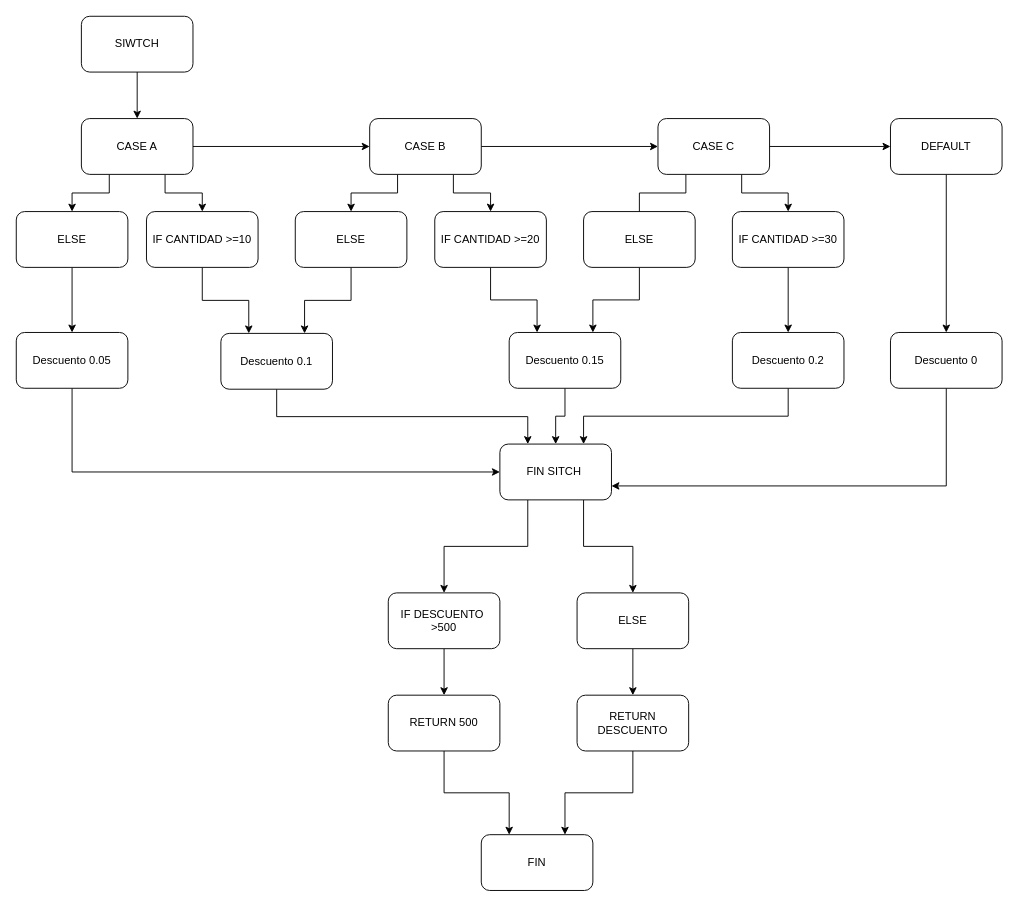
JamartinezSanAlberto/Diagramas keeps this draw.io diagram as Diagrama SWITCH.drawio. Above is the earlier version. Source tidied: cells renumbered, new cells numbered last; positions are measured from the earlier drawing's top-left corner, leaving out a move shared by most shapes. Both pictures are drawn from the tidied source at 93%, with x=0, y=0 at pixel (16, 16).
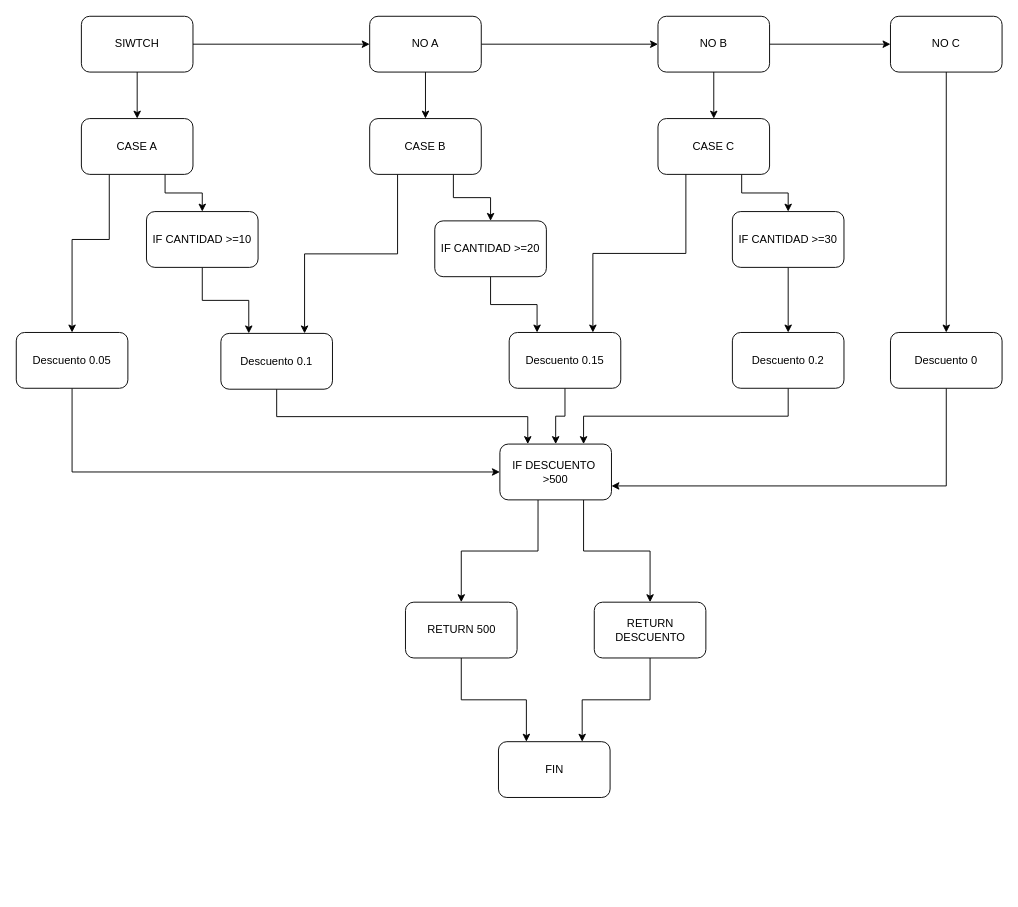
After the change.

The change refers to these unchanged cells:
```xml
<mxCell id="5" value="CASE A" style="rounded=1;whiteSpace=wrap;html=1;" parent="1" vertex="1">
  <mxGeometry x="70" y="110" width="120" height="60" as="geometry" />
</mxCell>
<mxCell id="9" value="Descuento 0.1" style="rounded=1;whiteSpace=wrap;html=1;" parent="1" vertex="1">
  <mxGeometry x="220" y="341" width="120" height="60" as="geometry" />
</mxCell>
<mxCell id="13" value="Descuento 0.05&lt;br&gt;" style="rounded=1;whiteSpace=wrap;html=1;" parent="1" vertex="1">
  <mxGeometry y="340" width="120" height="60" as="geometry" />
</mxCell>
<mxCell id="17" value="CASE B" style="rounded=1;whiteSpace=wrap;html=1;" parent="1" vertex="1">
  <mxGeometry x="380" y="110" width="120" height="60" as="geometry" />
</mxCell>
<mxCell id="21" value="Descuento 0.15" style="rounded=1;whiteSpace=wrap;html=1;" parent="1" vertex="1">
  <mxGeometry x="530" y="340" width="120" height="60" as="geometry" />
</mxCell>
<mxCell id="27" value="CASE C" style="rounded=1;whiteSpace=wrap;html=1;" parent="1" vertex="1">
  <mxGeometry x="690" y="110" width="120" height="60" as="geometry" />
</mxCell>
<mxCell id="37" value="Descuento 0" style="rounded=1;whiteSpace=wrap;html=1;" parent="1" vertex="1">
  <mxGeometry x="940" y="340" width="120" height="60" as="geometry" />
</mxCell>
<mxCell id="51" value="SIWTCH" style="rounded=1;whiteSpace=wrap;html=1;" parent="1" vertex="1">
  <mxGeometry x="70" width="120" height="60" as="geometry" />
</mxCell>
```

What changed in the source:
```diff
@@
-    <mxCell id="2" style="edgeStyle=orthogonalEdgeStyle;rounded=0;jettySize=auto;html=1;exitX=0.25;exitY=1;exitDx=0;exitDy=0;" parent="1" edge="1" source="5" target="11">
-      <mxGeometry relative="1" as="geometry" />
-    </mxCell>
@@
-    <mxCell id="4" style="edgeStyle=orthogonalEdgeStyle;rounded=0;jettySize=auto;html=1;exitX=1;exitY=0.5;exitDx=0;exitDy=0;" parent="1" edge="1" source="5" target="17">
-      <mxGeometry relative="1" as="geometry" />
-    </mxCell>
+    <mxCell id="52" style="edgeStyle=orthogonalEdgeStyle;rounded=0;jettySize=auto;html=1;exitX=0.25;exitY=1;exitDx=0;exitDy=0;" parent="1" edge="1" source="5" target="13">
+      <mxGeometry relative="1" as="geometry">
+        <Array as="points">
+          <mxPoint x="100" y="240" />
+          <mxPoint x="60" y="240" />
+        </Array>
+      </mxGeometry>
+    </mxCell>
@@
-    <mxCell id="10" style="edgeStyle=orthogonalEdgeStyle;rounded=0;jettySize=auto;html=1;exitX=0.5;exitY=1;exitDx=0;exitDy=0;" parent="1" edge="1" source="11" target="13">
-      <mxGeometry relative="1" as="geometry" />
-    </mxCell>
-    <mxCell id="11" value="ELSE" style="rounded=1;whiteSpace=wrap;html=1;" parent="1" vertex="1">
-      <mxGeometry y="210" width="120" height="60" as="geometry" />
-    </mxCell>
@@
-    <mxCell id="14" style="edgeStyle=orthogonalEdgeStyle;rounded=0;jettySize=auto;html=1;exitX=0.25;exitY=1;exitDx=0;exitDy=0;entryX=0.5;entryY=0;entryDx=0;entryDy=0;" parent="1" edge="1" source="17" target="23">
+    <mxCell id="14" style="edgeStyle=orthogonalEdgeStyle;rounded=0;jettySize=auto;html=1;exitX=0.25;exitY=1;exitDx=0;exitDy=0;entryX=0.75;entryY=0;entryDx=0;entryDy=0;" parent="1" edge="1" source="17" target="9">
       <mxGeometry relative="1" as="geometry" />
     </mxCell>
@@
-    <mxCell id="16" style="edgeStyle=orthogonalEdgeStyle;rounded=0;jettySize=auto;html=1;exitX=1;exitY=0.5;exitDx=0;exitDy=0;entryX=0;entryY=0.5;entryDx=0;entryDy=0;" parent="1" edge="1" source="17" target="27">
-      <mxGeometry relative="1" as="geometry" />
-    </mxCell>
@@
     <mxCell id="19" value="IF CANTIDAD &amp;gt;=20" style="rounded=1;whiteSpace=wrap;html=1;" parent="1" vertex="1">
-      <mxGeometry x="450" y="210" width="120" height="60" as="geometry" />
+      <mxGeometry x="450" y="220" width="120" height="60" as="geometry" />
     </mxCell>
@@
-    <mxCell id="22" style="edgeStyle=orthogonalEdgeStyle;rounded=0;jettySize=auto;html=1;exitX=0.5;exitY=1;exitDx=0;exitDy=0;entryX=0.75;entryY=0;entryDx=0;entryDy=0;" parent="1" edge="1" source="23" target="9">
-      <mxGeometry relative="1" as="geometry" />
-    </mxCell>
-    <mxCell id="23" value="ELSE" style="rounded=1;whiteSpace=wrap;html=1;" parent="1" vertex="1">
-      <mxGeometry x="300" y="210" width="120" height="60" as="geometry" />
-    </mxCell>
-    <mxCell id="24" style="edgeStyle=orthogonalEdgeStyle;rounded=0;jettySize=auto;html=1;exitX=0.25;exitY=1;exitDx=0;exitDy=0;entryX=0.5;entryY=0.167;entryDx=0;entryDy=0;entryPerimeter=0;" parent="1" edge="1" source="27" target="33">
-      <mxGeometry relative="1" as="geometry" />
-    </mxCell>
@@
-    <mxCell id="26" style="edgeStyle=orthogonalEdgeStyle;rounded=0;jettySize=auto;html=1;exitX=1;exitY=0.5;exitDx=0;exitDy=0;" parent="1" edge="1" source="27" target="35">
-      <mxGeometry relative="1" as="geometry" />
-    </mxCell>
@@
-    <mxCell id="32" style="edgeStyle=orthogonalEdgeStyle;rounded=0;jettySize=auto;html=1;exitX=0.5;exitY=1;exitDx=0;exitDy=0;entryX=0.75;entryY=0;entryDx=0;entryDy=0;" parent="1" edge="1" source="33" target="21">
+    <mxCell id="32" style="edgeStyle=orthogonalEdgeStyle;rounded=0;jettySize=auto;html=1;exitX=0.25;exitY=1;exitDx=0;exitDy=0;entryX=0.75;entryY=0;entryDx=0;entryDy=0;" parent="1" edge="1" source="27" target="21">
       <mxGeometry relative="1" as="geometry" />
     </mxCell>
-    <mxCell id="33" value="ELSE" style="rounded=1;whiteSpace=wrap;html=1;" parent="1" vertex="1">
-      <mxGeometry x="610" y="210" width="120" height="60" as="geometry" />
-    </mxCell>
-    <mxCell id="34" style="edgeStyle=orthogonalEdgeStyle;rounded=0;jettySize=auto;html=1;exitX=0.5;exitY=1;exitDx=0;exitDy=0;" parent="1" edge="1" source="35" target="37">
-      <mxGeometry relative="1" as="geometry" />
-    </mxCell>
-    <mxCell id="35" value="DEFAULT" style="rounded=1;whiteSpace=wrap;html=1;" parent="1" vertex="1">
-      <mxGeometry x="940" y="110" width="120" height="60" as="geometry" />
-    </mxCell>
@@
-    <mxCell id="38" style="edgeStyle=orthogonalEdgeStyle;rounded=0;jettySize=auto;html=1;exitX=0.5;exitY=1;exitDx=0;exitDy=0;" parent="1" edge="1" source="39" target="41">
+    <mxCell id="38" style="edgeStyle=orthogonalEdgeStyle;rounded=0;jettySize=auto;html=1;exitX=0.342;exitY=1;exitDx=0;exitDy=0;exitPerimeter=0;" parent="1" edge="1" source="49" target="41">
       <mxGeometry relative="1" as="geometry" />
     </mxCell>
-    <mxCell id="39" value="IF DESCUENTO&amp;nbsp; &amp;gt;500" style="rounded=1;whiteSpace=wrap;html=1;" parent="1" vertex="1">
-      <mxGeometry x="400" y="620" width="120" height="60" as="geometry" />
-    </mxCell>
@@
     <mxCell id="41" value="RETURN 500" style="rounded=1;whiteSpace=wrap;html=1;" parent="1" vertex="1">
-      <mxGeometry x="400" y="730" width="120" height="60" as="geometry" />
+      <mxGeometry x="418.5" y="630" width="120" height="60" as="geometry" />
     </mxCell>
-    <mxCell id="42" style="edgeStyle=orthogonalEdgeStyle;rounded=0;jettySize=auto;html=1;exitX=0.5;exitY=1;exitDx=0;exitDy=0;" parent="1" edge="1" source="43" target="45">
+    <mxCell id="42" style="edgeStyle=orthogonalEdgeStyle;rounded=0;jettySize=auto;html=1;exitX=0.75;exitY=1;exitDx=0;exitDy=0;" parent="1" edge="1" source="49" target="45">
       <mxGeometry relative="1" as="geometry" />
     </mxCell>
-    <mxCell id="43" value="ELSE" style="rounded=1;whiteSpace=wrap;html=1;" parent="1" vertex="1">
-      <mxGeometry x="603" y="620" width="120" height="60" as="geometry" />
-    </mxCell>
@@
     <mxCell id="45" value="RETURN DESCUENTO" style="rounded=1;whiteSpace=wrap;html=1;" parent="1" vertex="1">
-      <mxGeometry x="603" y="730" width="120" height="60" as="geometry" />
+      <mxGeometry x="621.5" y="630" width="120" height="60" as="geometry" />
     </mxCell>
     <mxCell id="46" value="FIN" style="rounded=1;whiteSpace=wrap;html=1;" parent="1" vertex="1">
-      <mxGeometry x="500" y="880" width="120" height="60" as="geometry" />
+      <mxGeometry x="518.5" y="780" width="120" height="60" as="geometry" />
     </mxCell>
-    <mxCell id="47" style="edgeStyle=orthogonalEdgeStyle;rounded=0;jettySize=auto;html=1;exitX=0.25;exitY=1;exitDx=0;exitDy=0;entryX=0.5;entryY=0;entryDx=0;entryDy=0;" parent="1" edge="1" source="49" target="39">
-      <mxGeometry relative="1" as="geometry" />
-    </mxCell>
-    <mxCell id="48" style="edgeStyle=orthogonalEdgeStyle;rounded=0;jettySize=auto;html=1;exitX=0.75;exitY=1;exitDx=0;exitDy=0;" parent="1" edge="1" source="49" target="43">
-      <mxGeometry relative="1" as="geometry" />
-    </mxCell>
-    <mxCell id="49" value="FIN SITCH&amp;nbsp;" style="rounded=1;whiteSpace=wrap;html=1;" parent="1" vertex="1">
+    <mxCell id="49" value="IF DESCUENTO&amp;nbsp; &amp;gt;500" style="rounded=1;whiteSpace=wrap;html=1;" parent="1" vertex="1">
       <mxGeometry x="520" y="460" width="120" height="60" as="geometry" />
     </mxCell>
@@
+    <mxCell id="53" style="edgeStyle=orthogonalEdgeStyle;rounded=0;jettySize=auto;html=1;exitX=1;exitY=0.5;exitDx=0;exitDy=0;" parent="1" edge="1" source="51" target="56">
+      <mxGeometry relative="1" as="geometry" />
+    </mxCell>
@@
+    <mxCell id="54" style="edgeStyle=orthogonalEdgeStyle;rounded=0;jettySize=auto;html=1;exitX=0.5;exitY=1;exitDx=0;exitDy=0;entryX=0.5;entryY=0;entryDx=0;entryDy=0;" parent="1" edge="1" source="56" target="17">
+      <mxGeometry relative="1" as="geometry" />
+    </mxCell>
+    <mxCell id="55" style="edgeStyle=orthogonalEdgeStyle;rounded=0;jettySize=auto;html=1;exitX=1;exitY=0.5;exitDx=0;exitDy=0;entryX=0;entryY=0.5;entryDx=0;entryDy=0;" parent="1" edge="1" source="56" target="59">
+      <mxGeometry relative="1" as="geometry" />
+    </mxCell>
+    <mxCell id="56" value="NO A" style="rounded=1;whiteSpace=wrap;html=1;" parent="1" vertex="1">
+      <mxGeometry x="380" width="120" height="60" as="geometry" />
+    </mxCell>
+    <mxCell id="57" style="edgeStyle=orthogonalEdgeStyle;rounded=0;jettySize=auto;html=1;exitX=0.5;exitY=1;exitDx=0;exitDy=0;entryX=0.5;entryY=0;entryDx=0;entryDy=0;" parent="1" edge="1" source="59" target="27">
+      <mxGeometry relative="1" as="geometry" />
+    </mxCell>
+    <mxCell id="58" style="edgeStyle=orthogonalEdgeStyle;rounded=0;jettySize=auto;html=1;exitX=1;exitY=0.5;exitDx=0;exitDy=0;" parent="1" edge="1" source="59" target="61">
+      <mxGeometry relative="1" as="geometry" />
+    </mxCell>
+    <mxCell id="59" value="NO B" style="rounded=1;whiteSpace=wrap;html=1;" parent="1" vertex="1">
+      <mxGeometry x="690" width="120" height="60" as="geometry" />
+    </mxCell>
+    <mxCell id="60" style="edgeStyle=orthogonalEdgeStyle;rounded=0;jettySize=auto;html=1;exitX=0.5;exitY=1;exitDx=0;exitDy=0;entryX=0.5;entryY=0;entryDx=0;entryDy=0;" parent="1" edge="1" source="61" target="37">
+      <mxGeometry relative="1" as="geometry" />
+    </mxCell>
+    <mxCell id="61" value="NO C" style="rounded=1;whiteSpace=wrap;html=1;" parent="1" vertex="1">
+      <mxGeometry x="940" width="120" height="60" as="geometry" />
+    </mxCell>
```
